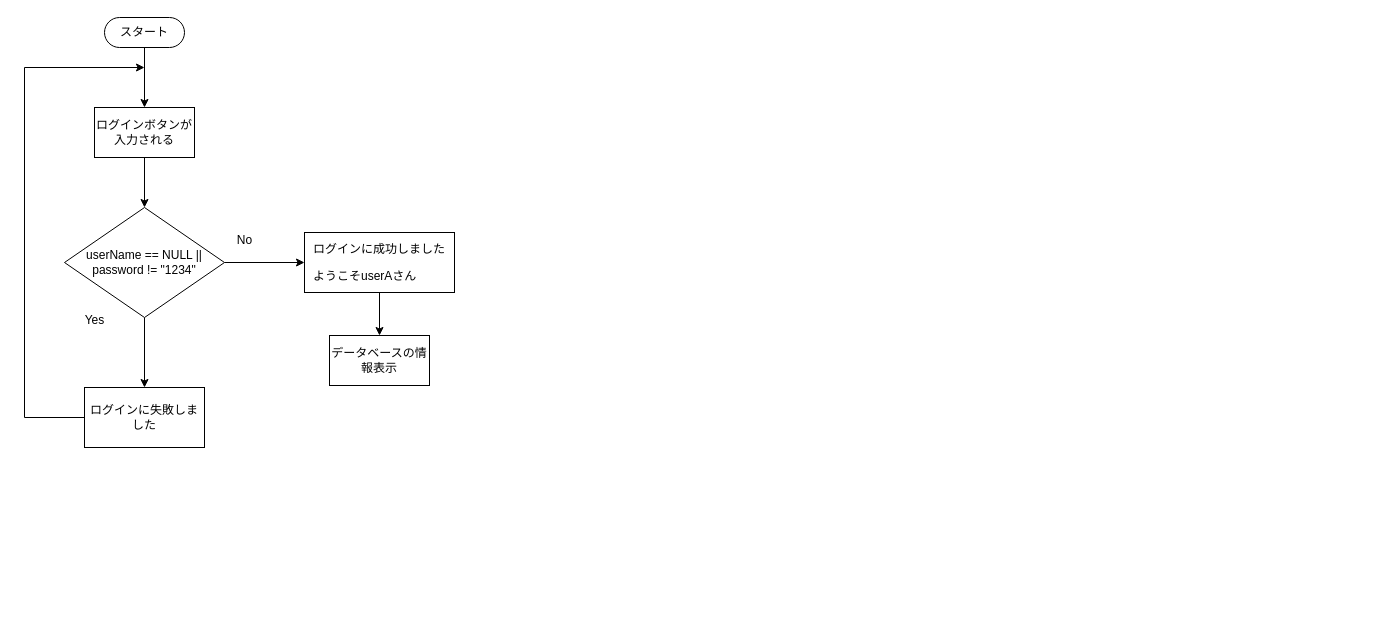
This is flowchart1.drawio from Holy0343/Product1, a draw.io file, before an edit. Source tidied: cells renumbered, new cells numbered last; positions are measured from the earlier drawing's top-left corner, leaving out a move shared by most shapes. Both pictures are drawn from the tidied source at 100%, with x=0, y=0 at pixel (24, 17).
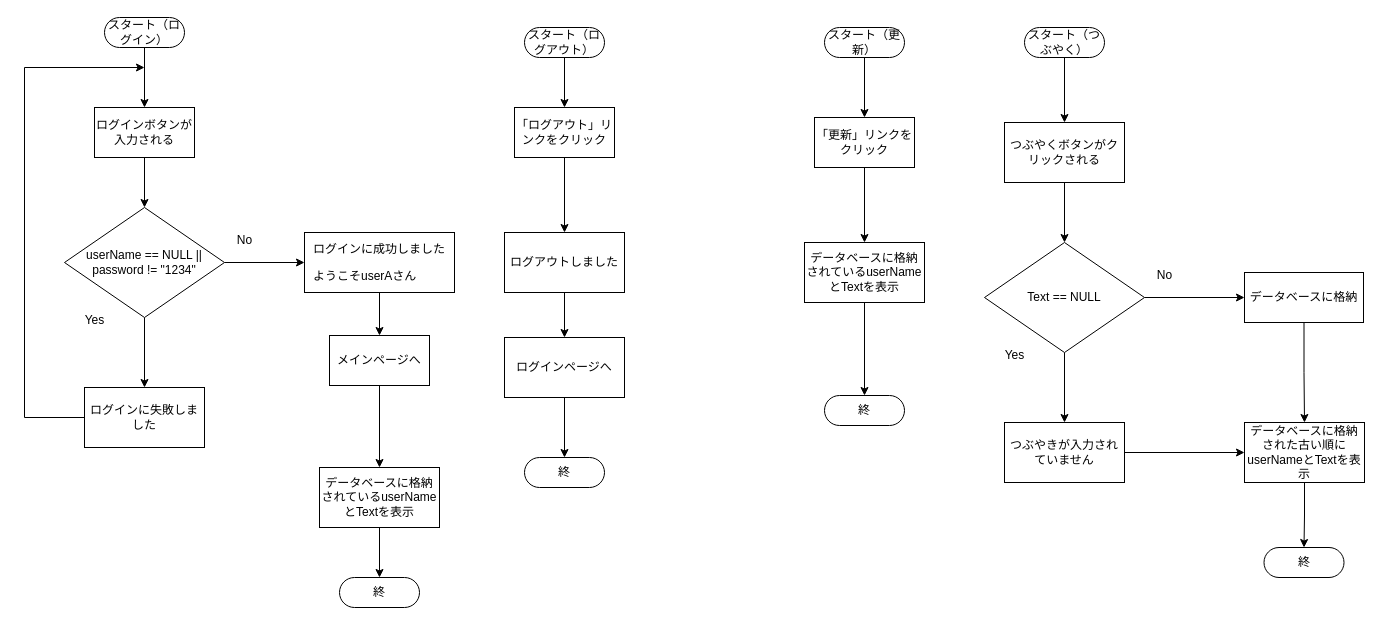
After the change.

Commit message (it also covers changes not shown here):
flowchart1.drawio を更新します

Diff of the diagram source:
```diff
@@
-    <mxCell id="3" value="スタート" style="html=1;dashed=0;whiteSpace=wrap;shape=mxgraph.dfd.start;" parent="1" vertex="1">
+    <mxCell id="3" value="スタート（ログイン&lt;span style=&quot;background-color: initial;&quot;&gt;）&lt;/span&gt;" style="html=1;dashed=0;whiteSpace=wrap;shape=mxgraph.dfd.start;" parent="1" vertex="1">
       <mxGeometry x="80" width="80" height="30" as="geometry" />
     </mxCell>
@@
+    <mxCell id="16" style="edgeStyle=orthogonalEdgeStyle;rounded=0;jettySize=auto;html=1;exitX=0.5;exitY=1;exitDx=0;exitDy=0;" parent="1" edge="1" source="35" target="25">
+      <mxGeometry relative="1" as="geometry" />
+    </mxCell>
+    <mxCell id="17" style="edgeStyle=orthogonalEdgeStyle;rounded=0;jettySize=auto;html=1;" parent="1" edge="1" source="15" target="35">
+      <mxGeometry relative="1" as="geometry" />
+    </mxCell>
-    <mxCell id="15" value="データベースの情報表示" style="html=1;dashed=0;whiteSpace=wrap;" parent="1" vertex="1">
+    <mxCell id="15" value="メインページへ" style="html=1;dashed=0;whiteSpace=wrap;" parent="1" vertex="1">
       <mxGeometry x="305" y="318" width="100" height="50" as="geometry" />
     </mxCell>
+    <mxCell id="18" style="edgeStyle=orthogonalEdgeStyle;rounded=0;jettySize=auto;html=1;" parent="1" edge="1" source="19" target="24">
+      <mxGeometry relative="1" as="geometry" />
+    </mxCell>
+    <mxCell id="19" value="スタート（ログアウト&lt;span style=&quot;background-color: initial;&quot;&gt;）&lt;/span&gt;" style="html=1;dashed=0;whiteSpace=wrap;shape=mxgraph.dfd.start;" parent="1" vertex="1">
+      <mxGeometry x="500" y="10" width="80" height="30" as="geometry" />
+    </mxCell>
+    <mxCell id="20" value="スタート（更新&lt;span style=&quot;background-color: initial;&quot;&gt;）&lt;/span&gt;" style="html=1;dashed=0;whiteSpace=wrap;shape=mxgraph.dfd.start;" parent="1" vertex="1">
+      <mxGeometry x="800" y="10" width="80" height="30" as="geometry" />
+    </mxCell>
+    <mxCell id="21" style="edgeStyle=orthogonalEdgeStyle;rounded=0;jettySize=auto;html=1;" parent="1" edge="1" source="22" target="39">
+      <mxGeometry relative="1" as="geometry" />
+    </mxCell>
+    <mxCell id="22" value="スタート（つぶやく）" style="html=1;dashed=0;whiteSpace=wrap;shape=mxgraph.dfd.start;" parent="1" vertex="1">
+      <mxGeometry x="1000" y="10" width="80" height="30" as="geometry" />
+    </mxCell>
+    <mxCell id="23" style="edgeStyle=orthogonalEdgeStyle;rounded=0;jettySize=auto;html=1;" parent="1" edge="1" source="24" target="27">
+      <mxGeometry relative="1" as="geometry" />
+    </mxCell>
+    <mxCell id="24" value="「ログアウト」リンクをクリック" style="html=1;dashed=0;whiteSpace=wrap;" parent="1" vertex="1">
+      <mxGeometry x="490" y="90" width="100" height="50" as="geometry" />
+    </mxCell>
+    <mxCell id="25" value="終" style="html=1;dashed=0;whiteSpace=wrap;shape=mxgraph.dfd.start;" parent="1" vertex="1">
+      <mxGeometry x="315" y="560" width="80" height="30" as="geometry" />
+    </mxCell>
+    <mxCell id="26" style="edgeStyle=orthogonalEdgeStyle;rounded=0;jettySize=auto;html=1;" parent="1" edge="1" source="27" target="28">
+      <mxGeometry relative="1" as="geometry" />
+    </mxCell>
+    <mxCell id="27" value="ログアウトしました" style="whiteSpace=wrap;html=1;dashed=0;" parent="1" vertex="1">
+      <mxGeometry x="480" y="215" width="120" height="60" as="geometry" />
+    </mxCell>
+    <mxCell id="28" value="ログインページへ" style="whiteSpace=wrap;html=1;dashed=0;" parent="1" vertex="1">
+      <mxGeometry x="480" y="320" width="120" height="60" as="geometry" />
+    </mxCell>
+    <mxCell id="29" style="edgeStyle=orthogonalEdgeStyle;rounded=0;jettySize=auto;html=1;exitX=0.5;exitY=1;exitDx=0;exitDy=0;" parent="1" edge="1" source="28" target="30">
+      <mxGeometry relative="1" as="geometry" />
+    </mxCell>
+    <mxCell id="30" value="終" style="html=1;dashed=0;whiteSpace=wrap;shape=mxgraph.dfd.start;" parent="1" vertex="1">
+      <mxGeometry x="500" y="440" width="80" height="30" as="geometry" />
+    </mxCell>
+    <mxCell id="31" style="edgeStyle=orthogonalEdgeStyle;rounded=0;jettySize=auto;html=1;exitX=0.5;exitY=0.5;exitDx=0;exitDy=15;exitPerimeter=0;" parent="1" edge="1" source="20" target="33">
+      <mxGeometry relative="1" as="geometry" />
+    </mxCell>
+    <mxCell id="32" style="edgeStyle=orthogonalEdgeStyle;rounded=0;jettySize=auto;html=1;" parent="1" edge="1" source="33" target="34">
+      <mxGeometry relative="1" as="geometry" />
+    </mxCell>
+    <mxCell id="33" value="「更新」リンクをクリック" style="html=1;dashed=0;whiteSpace=wrap;" parent="1" vertex="1">
+      <mxGeometry x="790" y="100" width="100" height="50" as="geometry" />
+    </mxCell>
+    <mxCell id="34" value="データベースに格納されているuserNameとTextを表示" style="whiteSpace=wrap;html=1;dashed=0;" parent="1" vertex="1">
+      <mxGeometry x="780" y="225" width="120" height="60" as="geometry" />
+    </mxCell>
+    <mxCell id="35" value="データベースに格納されているuserNameとTextを表示" style="whiteSpace=wrap;html=1;dashed=0;" parent="1" vertex="1">
+      <mxGeometry x="295" y="450" width="120" height="60" as="geometry" />
+    </mxCell>
+    <mxCell id="36" style="edgeStyle=orthogonalEdgeStyle;rounded=0;jettySize=auto;html=1;exitX=0.5;exitY=1;exitDx=0;exitDy=0;" parent="1" edge="1" source="34" target="37">
+      <mxGeometry relative="1" as="geometry" />
+    </mxCell>
+    <mxCell id="37" value="終" style="html=1;dashed=0;whiteSpace=wrap;shape=mxgraph.dfd.start;" parent="1" vertex="1">
+      <mxGeometry x="800" y="378" width="80" height="30" as="geometry" />
+    </mxCell>
+    <mxCell id="38" style="edgeStyle=orthogonalEdgeStyle;rounded=0;jettySize=auto;html=1;" parent="1" edge="1" source="39" target="42">
+      <mxGeometry relative="1" as="geometry" />
+    </mxCell>
+    <mxCell id="39" value="つぶやくボタンがクリックされる" style="whiteSpace=wrap;html=1;dashed=0;" parent="1" vertex="1">
+      <mxGeometry x="980" y="105" width="120" height="60" as="geometry" />
+    </mxCell>
+    <mxCell id="40" style="edgeStyle=orthogonalEdgeStyle;rounded=0;jettySize=auto;html=1;" parent="1" edge="1" source="42" target="44">
+      <mxGeometry relative="1" as="geometry" />
+    </mxCell>
+    <mxCell id="41" style="edgeStyle=orthogonalEdgeStyle;rounded=0;jettySize=auto;html=1;" parent="1" edge="1" source="42" target="48">
+      <mxGeometry relative="1" as="geometry" />
+    </mxCell>
+    <mxCell id="42" value="Text == NULL" style="shape=rhombus;html=1;dashed=0;whiteSpace=wrap;perimeter=rhombusPerimeter;" parent="1" vertex="1">
+      <mxGeometry x="960" y="225" width="160" height="110" as="geometry" />
+    </mxCell>
+    <mxCell id="43" style="edgeStyle=orthogonalEdgeStyle;rounded=0;jettySize=auto;html=1;entryX=0;entryY=0.5;entryDx=0;entryDy=0;" parent="1" edge="1" source="44" target="49">
+      <mxGeometry relative="1" as="geometry" />
+    </mxCell>
+    <mxCell id="44" value="&lt;span style=&quot;font-family: Meiryo; font-size: 12px; text-align: start;&quot;&gt;つぶやきが入力されていません&lt;/span&gt;" style="whiteSpace=wrap;html=1;dashed=0;fontSize=12;" parent="1" vertex="1">
+      <mxGeometry x="980" y="405" width="120" height="60" as="geometry" />
+    </mxCell>
+    <mxCell id="45" value="Yes" style="text;html=1;align=center;verticalAlign=middle;strokeColor=none;fillColor=none;" parent="1" vertex="1">
+      <mxGeometry x="970" y="323" width="40" height="30" as="geometry" />
+    </mxCell>
+    <mxCell id="46" value="No" style="text;html=1;align=center;verticalAlign=middle;strokeColor=none;fillColor=none;" parent="1" vertex="1">
+      <mxGeometry x="1120" y="243" width="40" height="30" as="geometry" />
+    </mxCell>
+    <mxCell id="47" style="edgeStyle=orthogonalEdgeStyle;rounded=0;jettySize=auto;html=1;" parent="1" edge="1" source="48" target="49">
+      <mxGeometry relative="1" as="geometry" />
+    </mxCell>
+    <mxCell id="48" value="データベースに格納" style="html=1;dashed=0;whiteSpace=wrap;" parent="1" vertex="1">
+      <mxGeometry x="1220" y="255" width="119" height="50" as="geometry" />
+    </mxCell>
+    <mxCell id="49" value="データベースに格納された古い順にuserNameとTextを表示" style="whiteSpace=wrap;html=1;dashed=0;" parent="1" vertex="1">
+      <mxGeometry x="1220" y="405" width="120" height="60" as="geometry" />
+    </mxCell>
+    <mxCell id="50" style="edgeStyle=orthogonalEdgeStyle;rounded=0;jettySize=auto;html=1;" parent="1" edge="1" source="49" target="51">
+      <mxGeometry relative="1" as="geometry" />
+    </mxCell>
+    <mxCell id="51" value="終" style="html=1;dashed=0;whiteSpace=wrap;shape=mxgraph.dfd.start;" parent="1" vertex="1">
+      <mxGeometry x="1239.5" y="530" width="80" height="30" as="geometry" />
+    </mxCell>
```
